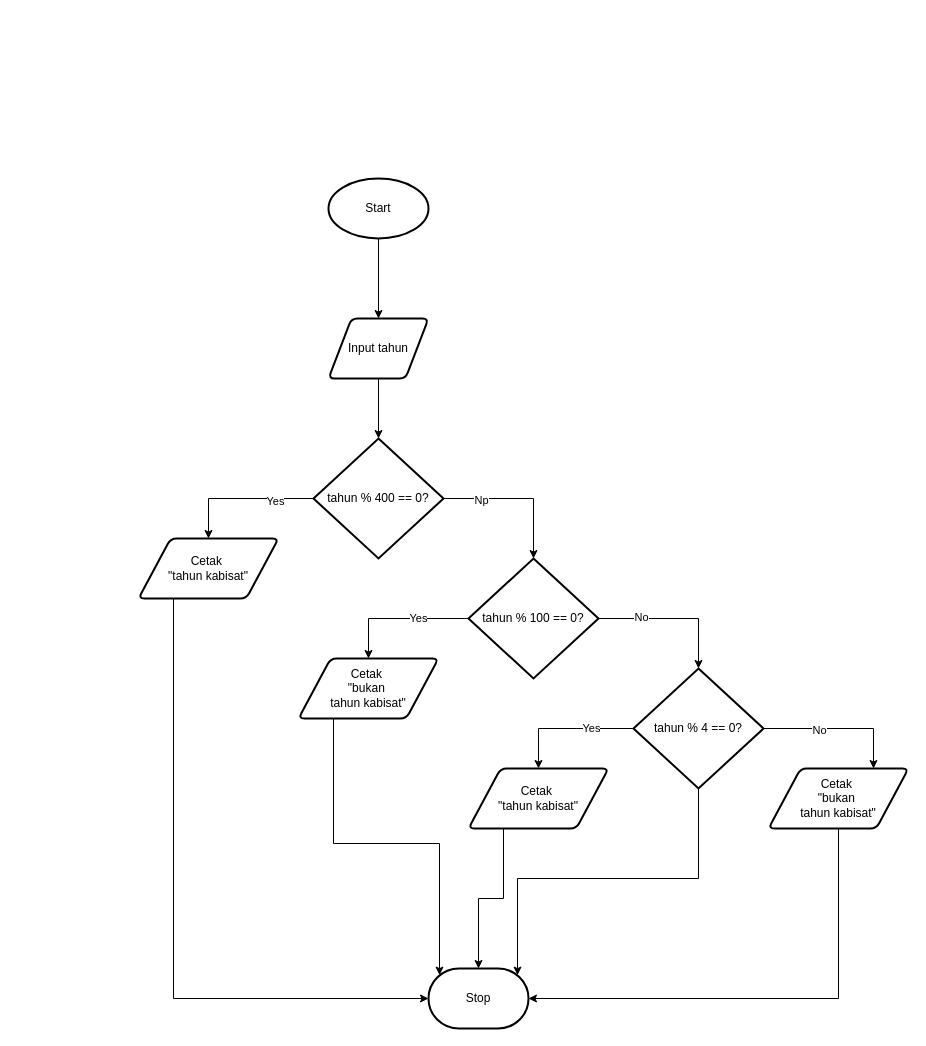
The draw.io diagram page "Tugas 4" (4 of 6) of Pemrograman/pemrograman6/Tugas.drawio in Iwakk225/Folder-Tugas-Pemrograman, before the edit. Source tidied: cells renumbered, new cells numbered last; positions are measured from the earlier drawing's top-left corner, leaving out a move shared by most shapes. Both pictures are drawn from the tidied source at 100%, with x=0, y=0 at pixel (138, 178).
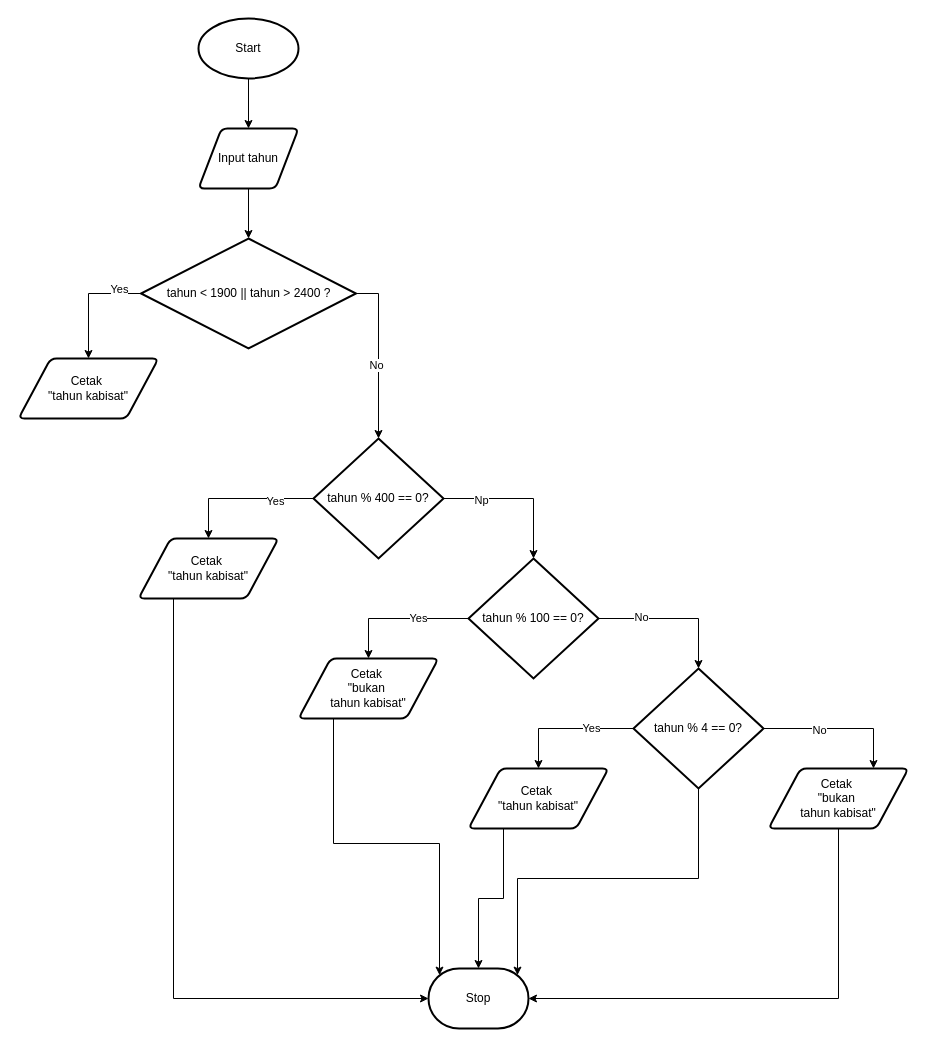
The same page after the edit.

Unchanged cells that the change refers to:
```xml
<mxCell id="7" value="tahun % 400 == 0?" style="strokeWidth=2;html=1;shape=mxgraph.flowchart.decision;whiteSpace=wrap;" parent="1" vertex="1">
  <mxGeometry x="175" y="260" width="130" height="120" as="geometry" />
</mxCell>
```

Diff of the diagram source:
```diff
@@
-    <mxCell id="2" style="edgeStyle=orthogonalEdgeStyle;rounded=0;jettySize=auto;html=1;exitX=0.5;exitY=1;exitDx=0;exitDy=0;exitPerimeter=0;entryX=0.5;entryY=0;entryDx=0;entryDy=0;" parent="1" edge="1" source="3" target="4">
+    <mxCell id="2" style="edgeStyle=orthogonalEdgeStyle;rounded=0;jettySize=auto;html=1;exitX=0.5;exitY=1;exitDx=0;exitDy=0;exitPerimeter=0;" parent="1" edge="1" source="3" target="4">
       <mxGeometry relative="1" as="geometry" />
     </mxCell>
     <mxCell id="3" value="Start" style="strokeWidth=2;html=1;shape=mxgraph.flowchart.start_1;whiteSpace=wrap;" parent="1" vertex="1">
-      <mxGeometry x="190" width="100" height="60" as="geometry" />
+      <mxGeometry x="60" y="-160" width="100" height="60" as="geometry" />
     </mxCell>
+    <mxCell id="31" style="edgeStyle=orthogonalEdgeStyle;rounded=0;jettySize=auto;html=1;exitX=0.5;exitY=1;exitDx=0;exitDy=0;" parent="1" edge="1" source="4" target="34">
+      <mxGeometry relative="1" as="geometry" />
+    </mxCell>
     <mxCell id="4" value="Input tahun" style="shape=parallelogram;html=1;strokeWidth=2;perimeter=parallelogramPerimeter;whiteSpace=wrap;rounded=1;arcSize=12;size=0.23;" parent="1" vertex="1">
-      <mxGeometry x="190" y="140" width="100" height="60" as="geometry" />
+      <mxGeometry x="60" y="-50" width="100" height="60" as="geometry" />
     </mxCell>
@@
-    <mxCell id="8" style="edgeStyle=orthogonalEdgeStyle;rounded=0;jettySize=auto;html=1;exitX=0.5;exitY=1;exitDx=0;exitDy=0;entryX=0.5;entryY=0;entryDx=0;entryDy=0;entryPerimeter=0;" parent="1" edge="1" source="4" target="7">
-      <mxGeometry relative="1" as="geometry" />
-    </mxCell>
@@
+    <mxCell id="32" style="edgeStyle=orthogonalEdgeStyle;rounded=0;jettySize=auto;html=1;exitX=0;exitY=0.5;exitDx=0;exitDy=0;exitPerimeter=0;" parent="1" edge="1" source="34" target="35">
+      <mxGeometry relative="1" as="geometry" />
+    </mxCell>
+    <mxCell id="33" value="Yes" style="edgeLabel;html=1;align=center;verticalAlign=middle;" parent="32" vertex="1">
+      <mxGeometry x="-0.63" y="-5" relative="1" as="geometry" />
+    </mxCell>
+    <mxCell id="34" value="tahun &amp;lt; 1900 || tahun &amp;gt; 2400 ?" style="strokeWidth=2;html=1;shape=mxgraph.flowchart.decision;whiteSpace=wrap;" parent="1" vertex="1">
+      <mxGeometry x="2.5" y="60" width="215" height="110" as="geometry" />
+    </mxCell>
+    <mxCell id="35" value="Cetak&amp;nbsp;&lt;div&gt;&quot;tahun kabisat&quot;&lt;/div&gt;" style="shape=parallelogram;html=1;strokeWidth=2;perimeter=parallelogramPerimeter;whiteSpace=wrap;rounded=1;arcSize=12;size=0.23;" parent="1" vertex="1">
+      <mxGeometry x="-120" y="180" width="140" height="60" as="geometry" />
+    </mxCell>
+    <mxCell id="36" style="edgeStyle=orthogonalEdgeStyle;rounded=0;jettySize=auto;html=1;exitX=1;exitY=0.5;exitDx=0;exitDy=0;exitPerimeter=0;entryX=0.5;entryY=0;entryDx=0;entryDy=0;entryPerimeter=0;" parent="1" edge="1" source="34" target="7">
+      <mxGeometry relative="1" as="geometry" />
+    </mxCell>
+    <mxCell id="37" value="No" style="edgeLabel;html=1;align=center;verticalAlign=middle;" parent="36" vertex="1">
+      <mxGeometry x="0.12" y="-3" relative="1" as="geometry" />
+    </mxCell>
```
